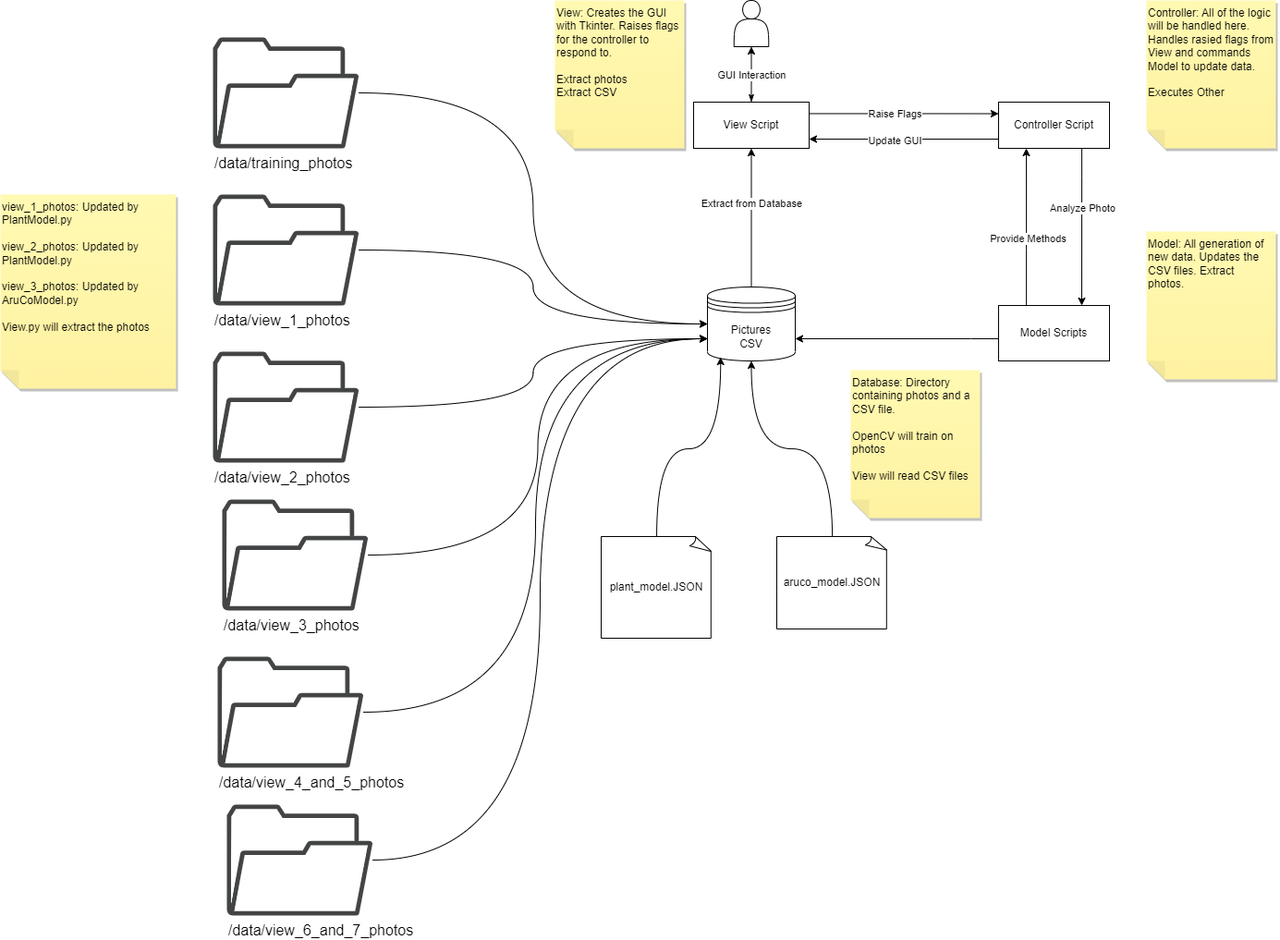
Before: docs/block_diagram_flower_growth_tracker-System_Overview.drawio.png, a diagram exported from draw.io (JovanyZepeda/miniature-doodle). Source tidied: cells renumbered, new cells last; positions are measured from the earlier drawing's top-left corner, leaving out a move shared by most shapes.
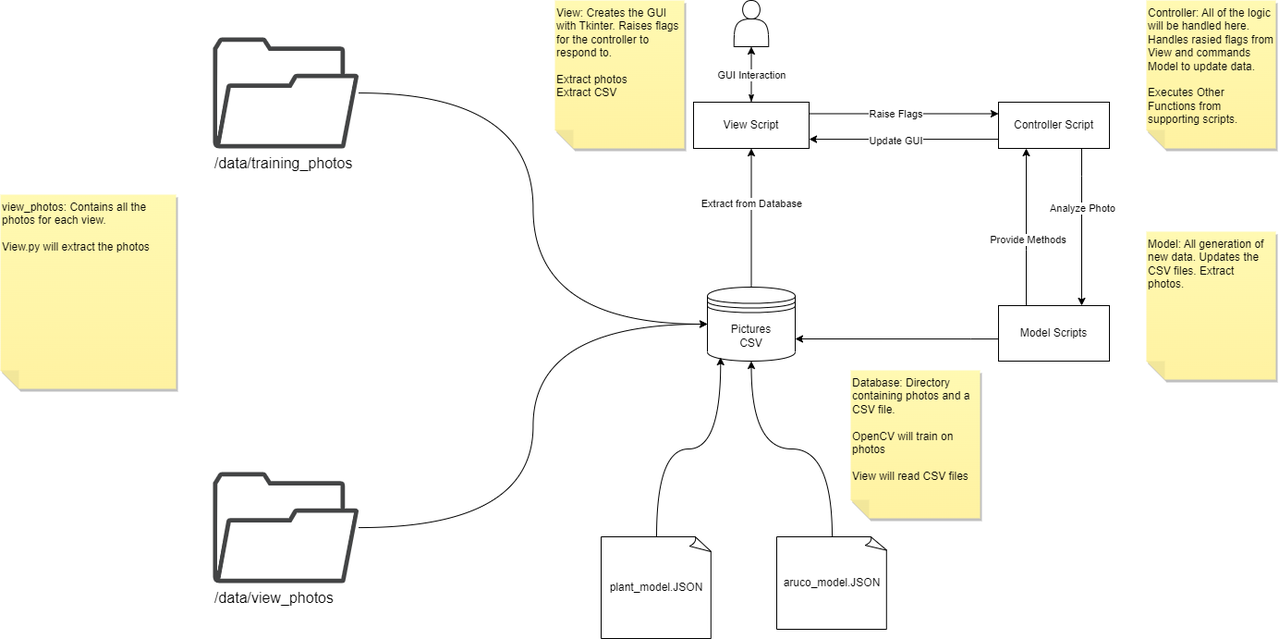
After the change.

The edit, as a diff of the source:
```diff
@@ -82,7 +82,7 @@
     <mxCell id="19" value="Model Scripts" style="rounded=0;whiteSpace=wrap;html=1;" parent="1" vertex="1">
       <mxGeometry x="1080" y="330" width="120" height="60" as="geometry" />
     </mxCell>
-    <mxCell id="20" value="Controller: All of the logic will be handled here. Handles rasied flags from View and commands Model to update data.&amp;nbsp;&lt;br&gt;&lt;br&gt;Executes Other" style="shape=note;whiteSpace=wrap;html=1;backgroundOutline=1;fontColor=#000000;darkOpacity=0.05;fillColor=#FFF9B2;strokeColor=none;fillStyle=solid;direction=west;gradientDirection=north;gradientColor=#FFF2A1;shadow=1;size=20;horizontal=1;verticalAlign=top;align=left;" parent="1" vertex="1">
+    <mxCell id="20" value="Controller: All of the logic will be handled here. Handles rasied flags from View and commands Model to update data.&amp;nbsp;&lt;br&gt;&lt;br&gt;Executes Other Functions from supporting scripts.&amp;nbsp;" style="shape=note;whiteSpace=wrap;html=1;backgroundOutline=1;fontColor=#000000;darkOpacity=0.05;fillColor=#FFF9B2;strokeColor=none;fillStyle=solid;direction=west;gradientDirection=north;gradientColor=#FFF2A1;shadow=1;size=20;horizontal=1;verticalAlign=top;align=left;" parent="1" vertex="1">
       <mxGeometry x="1240" width="140" height="160" as="geometry" />
     </mxCell>
     <mxCell id="21" value="Model: All generation of new data. Updates the CSV files. Extract photos.&amp;nbsp;" style="shape=note;whiteSpace=wrap;html=1;backgroundOutline=1;fontColor=#000000;darkOpacity=0.05;fillColor=#FFF9B2;strokeColor=none;fillStyle=solid;direction=west;gradientDirection=north;gradientColor=#FFF2A1;shadow=1;size=20;verticalAlign=top;align=left;" parent="1" vertex="1">
@@ -115,35 +115,11 @@
     <mxCell id="30" style="edgeStyle=orthogonalEdgeStyle;rounded=0;jettySize=auto;html=1;entryX=0;entryY=0.5;entryDx=0;entryDy=0;curved=1;" parent="1" edge="1" source="31" target="15">
       <mxGeometry relative="1" as="geometry" />
     </mxCell>
-    <mxCell id="31" value="/data/view_1_photos" style="sketch=0;shadow=0;dashed=0;html=1;strokeColor=none;fillColor=#434445;labelPosition=center;verticalLabelPosition=bottom;verticalAlign=top;align=left;outlineConnect=0;shape=mxgraph.vvd.folder;horizontal=1;fontSize=16;" parent="1" vertex="1">
-      <mxGeometry x="230" y="210" width="157.9" height="120" as="geometry" />
+    <mxCell id="31" value="/data/view_photos" style="sketch=0;shadow=0;dashed=0;html=1;strokeColor=none;fillColor=#434445;labelPosition=center;verticalLabelPosition=bottom;verticalAlign=top;align=left;outlineConnect=0;shape=mxgraph.vvd.folder;horizontal=1;fontSize=16;" parent="1" vertex="1">
+      <mxGeometry x="230" y="510" width="157.9" height="120" as="geometry" />
     </mxCell>
-    <mxCell id="32" style="edgeStyle=orthogonalEdgeStyle;rounded=0;jettySize=auto;html=1;entryX=0;entryY=0.7;entryDx=0;entryDy=0;curved=1;" parent="1" edge="1" source="33" target="15">
-      <mxGeometry relative="1" as="geometry" />
-    </mxCell>
-    <mxCell id="33" value="/data/view_2_photos" style="sketch=0;shadow=0;dashed=0;html=1;strokeColor=none;fillColor=#434445;labelPosition=center;verticalLabelPosition=bottom;verticalAlign=top;align=left;outlineConnect=0;shape=mxgraph.vvd.folder;horizontal=1;fontSize=16;" parent="1" vertex="1">
-      <mxGeometry x="230" y="380" width="157.9" height="120" as="geometry" />
-    </mxCell>
-    <mxCell id="34" style="edgeStyle=orthogonalEdgeStyle;rounded=0;jettySize=auto;html=1;entryX=0;entryY=0.7;entryDx=0;entryDy=0;curved=1;" parent="1" edge="1" source="35" target="15">
-      <mxGeometry relative="1" as="geometry" />
-    </mxCell>
-    <mxCell id="35" value="/data/view_3_photos" style="sketch=0;shadow=0;dashed=0;html=1;strokeColor=none;fillColor=#434445;labelPosition=center;verticalLabelPosition=bottom;verticalAlign=top;align=left;outlineConnect=0;shape=mxgraph.vvd.folder;horizontal=1;fontSize=16;" parent="1" vertex="1">
-      <mxGeometry x="240" y="540" width="157.9" height="120" as="geometry" />
-    </mxCell>
-    <mxCell id="36" value="view_1_photos: Updated by PlantModel.py&lt;br&gt;&lt;br&gt;view_2_photos: Updated by PlantModel.py&lt;br&gt;&lt;br&gt;view_3_photos: Updated by AruCoModel.py&lt;br&gt;&lt;br&gt;View.py will extract the photos" style="shape=note;whiteSpace=wrap;html=1;backgroundOutline=1;fontColor=#000000;darkOpacity=0.05;fillColor=#FFF9B2;strokeColor=none;fillStyle=solid;direction=west;gradientDirection=north;gradientColor=#FFF2A1;shadow=1;size=20;align=left;verticalAlign=top;" parent="1" vertex="1">
+    <mxCell id="36" value="view_photos: Contains all the photos for each view.&lt;br&gt;&lt;br&gt;View.py will extract the photos" style="shape=note;whiteSpace=wrap;html=1;backgroundOutline=1;fontColor=#000000;darkOpacity=0.05;fillColor=#FFF9B2;strokeColor=none;fillStyle=solid;direction=west;gradientDirection=north;gradientColor=#FFF2A1;shadow=1;size=20;align=left;verticalAlign=top;" parent="1" vertex="1">
       <mxGeometry y="210" width="190" height="210" as="geometry" />
     </mxCell>
-    <mxCell id="37" style="edgeStyle=orthogonalEdgeStyle;rounded=0;jettySize=auto;html=1;entryX=0;entryY=0.7;entryDx=0;entryDy=0;verticalAlign=top;curved=1;" parent="1" edge="1" source="38" target="15">
-      <mxGeometry relative="1" as="geometry" />
-    </mxCell>
-    <mxCell id="38" value="/data/view_6_and_7_photos" style="sketch=0;shadow=0;dashed=0;html=1;strokeColor=none;fillColor=#434445;labelPosition=center;verticalLabelPosition=bottom;verticalAlign=top;align=left;outlineConnect=0;shape=mxgraph.vvd.folder;horizontal=1;fontSize=16;" parent="1" vertex="1">
-      <mxGeometry x="245" y="870" width="157.9" height="120" as="geometry" />
-    </mxCell>
-    <mxCell id="39" style="edgeStyle=orthogonalEdgeStyle;rounded=0;jettySize=auto;html=1;entryX=0;entryY=0.7;entryDx=0;entryDy=0;verticalAlign=top;curved=1;" parent="1" edge="1" source="40" target="15">
-      <mxGeometry relative="1" as="geometry" />
-    </mxCell>
-    <mxCell id="40" value="/data/view_4_and_5_photos" style="sketch=0;shadow=0;dashed=0;html=1;strokeColor=none;fillColor=#434445;labelPosition=center;verticalLabelPosition=bottom;verticalAlign=top;align=left;outlineConnect=0;shape=mxgraph.vvd.folder;horizontal=1;fontSize=16;" parent="1" vertex="1">
-      <mxGeometry x="235" y="710" width="157.9" height="120" as="geometry" />
-    </mxCell>
   </root>
 </mxGraphModel>
```
